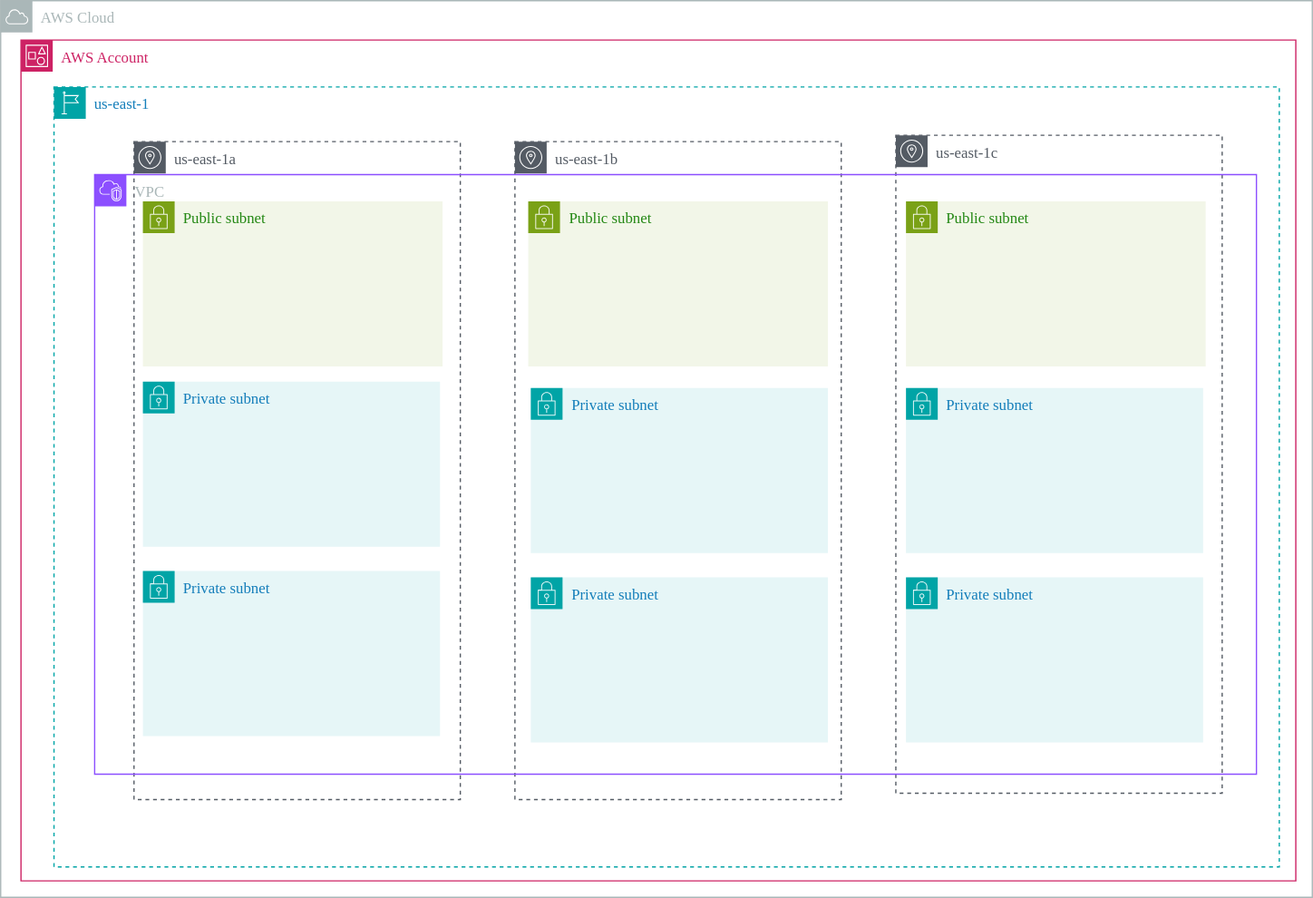
Earlier version of the draw.io export docs/cyber-wizard/Three-Tier-Architecture.svg (prakashkukanoor/Three-Tier-Architecture). Source tidied: cells renumbered, new cells last; positions are measured from the earlier drawing's top-left corner, leaving out a move shared by most shapes.
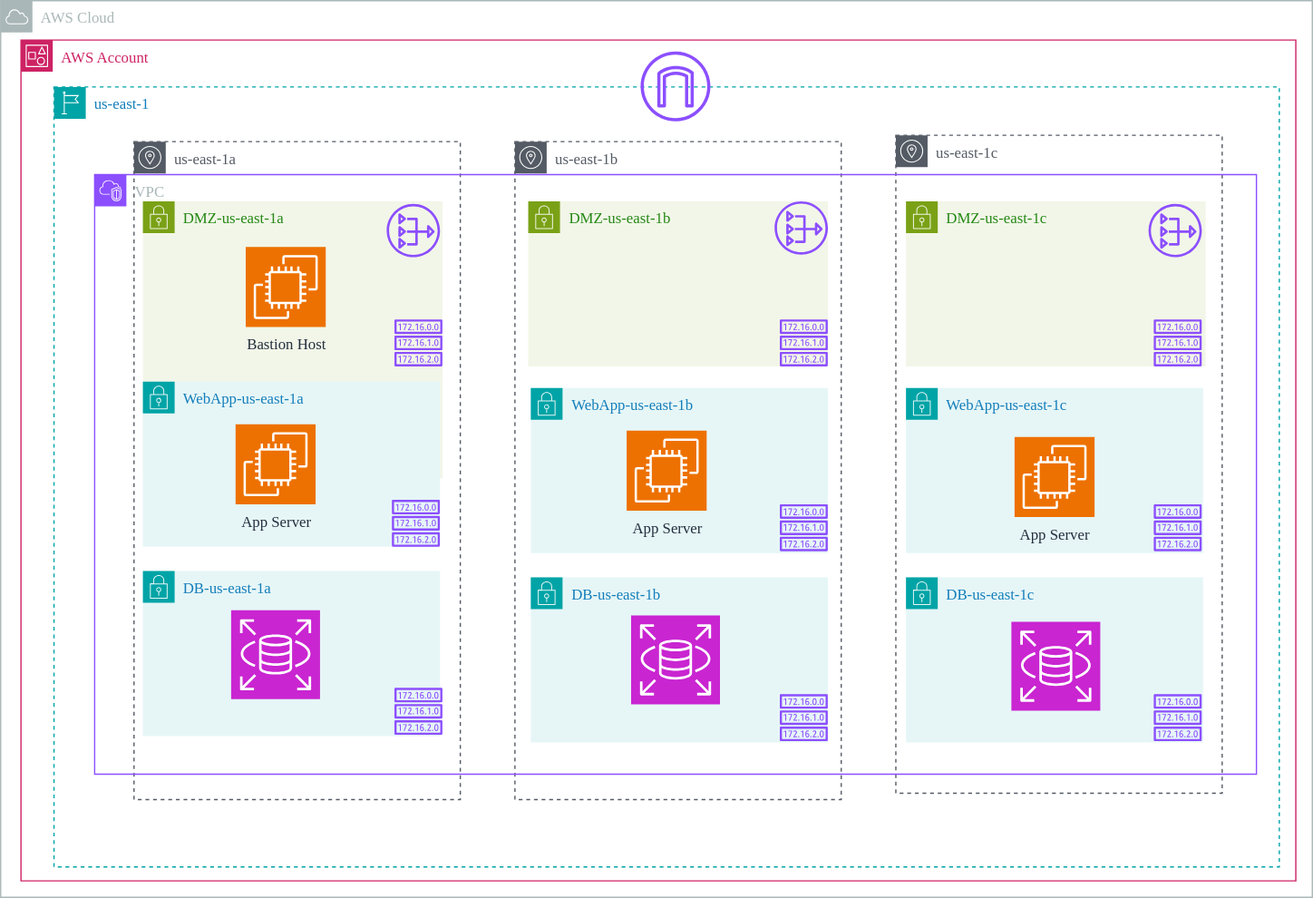
After the change.

What changed in the source:
```diff
@@ -23,32 +23,92 @@
     <mxCell id="8" value="VPC" style="gradientColor=none;html=1;whiteSpace=wrap;fontSize=12;fontStyle=0;shape=mxgraph.aws4.group;grIcon=mxgraph.aws4.group_vpc2;strokeColor=#8C4FFF;fillColor=none;verticalAlign=top;align=left;spacingLeft=30;fontColor=#AAB7B8;dashed=0;fontFamily=Architects Daughter;fontSource=https%3A%2F%2Ffonts.googleapis.com%2Fcss%3Ffamily%3DArchitects%2BDaughter;" parent="4" vertex="1">
       <mxGeometry x="32" y="69" width="915" height="472" as="geometry" />
     </mxCell>
-    <mxCell id="9" value="Public subnet" style="gradientColor=none;html=1;whiteSpace=wrap;fontSize=12;fontStyle=0;shape=mxgraph.aws4.group;grIcon=mxgraph.aws4.group_security_group;grStroke=0;strokeColor=#7AA116;fillColor=#F2F6E8;verticalAlign=top;align=left;spacingLeft=30;fontColor=#248814;dashed=0;fontFamily=Architects Daughter;fontSource=https%3A%2F%2Ffonts.googleapis.com%2Fcss%3Ffamily%3DArchitects%2BDaughter;" parent="8" vertex="1">
+    <mxCell id="9" value="DMZ-us-east-1c" style="gradientColor=none;html=1;whiteSpace=wrap;fontSize=12;fontStyle=0;shape=mxgraph.aws4.group;grIcon=mxgraph.aws4.group_security_group;grStroke=0;strokeColor=#7AA116;fillColor=#F2F6E8;verticalAlign=top;align=left;spacingLeft=30;fontColor=#248814;dashed=0;fontFamily=Architects Daughter;fontSource=https%3A%2F%2Ffonts.googleapis.com%2Fcss%3Ffamily%3DArchitects%2BDaughter;" parent="8" vertex="1">
       <mxGeometry x="639" y="21" width="236" height="130" as="geometry" />
     </mxCell>
-    <mxCell id="10" value="Private subnet" style="gradientColor=none;html=1;whiteSpace=wrap;fontSize=12;fontStyle=0;shape=mxgraph.aws4.group;grIcon=mxgraph.aws4.group_security_group;grStroke=0;strokeColor=#00A4A6;fillColor=#E6F6F7;verticalAlign=top;align=left;spacingLeft=30;fontColor=#147EBA;dashed=0;fontFamily=Architects Daughter;fontSource=https%3A%2F%2Ffonts.googleapis.com%2Fcss%3Ffamily%3DArchitects%2BDaughter;" parent="8" vertex="1">
+    <mxCell id="10" value="WebApp-us-east-1b" style="gradientColor=none;html=1;whiteSpace=wrap;fontSize=12;fontStyle=0;shape=mxgraph.aws4.group;grIcon=mxgraph.aws4.group_security_group;grStroke=0;strokeColor=#00A4A6;fillColor=#E6F6F7;verticalAlign=top;align=left;spacingLeft=30;fontColor=#147EBA;dashed=0;fontFamily=Architects Daughter;fontSource=https%3A%2F%2Ffonts.googleapis.com%2Fcss%3Ffamily%3DArchitects%2BDaughter;" parent="8" vertex="1">
       <mxGeometry x="343.5" y="168" width="234" height="130" as="geometry" />
     </mxCell>
+    <mxCell id="18" value="App Server" style="sketch=0;fontColor=#232F3E;fillColor=#ED7100;strokeColor=#ffffff;dashed=0;verticalLabelPosition=bottom;verticalAlign=top;align=center;html=1;fontSize=12;fontStyle=0;shape=mxgraph.aws4.resourceIcon;resIcon=mxgraph.aws4.ec2;fontFamily=Architects Daughter;fontSource=https%3A%2F%2Ffonts.googleapis.com%2Fcss%3Ffamily%3DArchitects%2BDaughter;" parent="10" vertex="1">
+      <mxGeometry x="75.5" y="33.5" width="63" height="63" as="geometry" />
+    </mxCell>
-    <mxCell id="11" value="Private subnet" style="gradientColor=none;html=1;whiteSpace=wrap;fontSize=12;fontStyle=0;shape=mxgraph.aws4.group;grIcon=mxgraph.aws4.group_security_group;grStroke=0;strokeColor=#00A4A6;fillColor=#E6F6F7;verticalAlign=top;align=left;spacingLeft=30;fontColor=#147EBA;dashed=0;fontFamily=Architects Daughter;fontSource=https%3A%2F%2Ffonts.googleapis.com%2Fcss%3Ffamily%3DArchitects%2BDaughter;" parent="8" vertex="1">
+    <mxCell id="11" value="WebApp-us-east-1c" style="gradientColor=none;html=1;whiteSpace=wrap;fontSize=12;fontStyle=0;shape=mxgraph.aws4.group;grIcon=mxgraph.aws4.group_security_group;grStroke=0;strokeColor=#00A4A6;fillColor=#E6F6F7;verticalAlign=top;align=left;spacingLeft=30;fontColor=#147EBA;dashed=0;fontFamily=Architects Daughter;fontSource=https%3A%2F%2Ffonts.googleapis.com%2Fcss%3Ffamily%3DArchitects%2BDaughter;" parent="8" vertex="1">
       <mxGeometry x="639" y="168" width="234" height="130" as="geometry" />
     </mxCell>
+    <mxCell id="19" value="App Server" style="sketch=0;fontColor=#232F3E;fillColor=#ED7100;strokeColor=#ffffff;dashed=0;verticalLabelPosition=bottom;verticalAlign=top;align=center;html=1;fontSize=12;fontStyle=0;shape=mxgraph.aws4.resourceIcon;resIcon=mxgraph.aws4.ec2;fontFamily=Architects Daughter;fontSource=https%3A%2F%2Ffonts.googleapis.com%2Fcss%3Ffamily%3DArchitects%2BDaughter;" parent="11" vertex="1">
+      <mxGeometry x="85.5" y="38.5" width="63" height="63" as="geometry" />
+    </mxCell>
-    <mxCell id="12" value="Private subnet" style="gradientColor=none;html=1;whiteSpace=wrap;fontSize=12;fontStyle=0;shape=mxgraph.aws4.group;grIcon=mxgraph.aws4.group_security_group;grStroke=0;strokeColor=#00A4A6;fillColor=#E6F6F7;verticalAlign=top;align=left;spacingLeft=30;fontColor=#147EBA;dashed=0;fontFamily=Architects Daughter;fontSource=https%3A%2F%2Ffonts.googleapis.com%2Fcss%3Ffamily%3DArchitects%2BDaughter;" parent="8" vertex="1">
+    <mxCell id="12" value="DB-us-east-1b" style="gradientColor=none;html=1;whiteSpace=wrap;fontSize=12;fontStyle=0;shape=mxgraph.aws4.group;grIcon=mxgraph.aws4.group_security_group;grStroke=0;strokeColor=#00A4A6;fillColor=#E6F6F7;verticalAlign=top;align=left;spacingLeft=30;fontColor=#147EBA;dashed=0;fontFamily=Architects Daughter;fontSource=https%3A%2F%2Ffonts.googleapis.com%2Fcss%3Ffamily%3DArchitects%2BDaughter;" parent="8" vertex="1">
       <mxGeometry x="343.5" y="317" width="234" height="130" as="geometry" />
     </mxCell>
+    <mxCell id="20" style="sketch=0;fontColor=#232F3E;fillColor=#C925D1;strokeColor=#ffffff;dashed=0;verticalLabelPosition=bottom;verticalAlign=top;align=center;html=1;fontSize=12;fontStyle=0;shape=mxgraph.aws4.resourceIcon;resIcon=mxgraph.aws4.rds;fontFamily=Architects Daughter;fontSource=https%3A%2F%2Ffonts.googleapis.com%2Fcss%3Ffamily%3DArchitects%2BDaughter;" parent="12" vertex="1">
+      <mxGeometry x="79" y="30" width="70" height="70" as="geometry" />
+    </mxCell>
-    <mxCell id="13" value="Private subnet" style="gradientColor=none;html=1;whiteSpace=wrap;fontSize=12;fontStyle=0;shape=mxgraph.aws4.group;grIcon=mxgraph.aws4.group_security_group;grStroke=0;strokeColor=#00A4A6;fillColor=#E6F6F7;verticalAlign=top;align=left;spacingLeft=30;fontColor=#147EBA;dashed=0;fontFamily=Architects Daughter;fontSource=https%3A%2F%2Ffonts.googleapis.com%2Fcss%3Ffamily%3DArchitects%2BDaughter;" parent="8" vertex="1">
+    <mxCell id="13" value="DB-us-east-1c" style="gradientColor=none;html=1;whiteSpace=wrap;fontSize=12;fontStyle=0;shape=mxgraph.aws4.group;grIcon=mxgraph.aws4.group_security_group;grStroke=0;strokeColor=#00A4A6;fillColor=#E6F6F7;verticalAlign=top;align=left;spacingLeft=30;fontColor=#147EBA;dashed=0;fontFamily=Architects Daughter;fontSource=https%3A%2F%2Ffonts.googleapis.com%2Fcss%3Ffamily%3DArchitects%2BDaughter;" parent="8" vertex="1">
       <mxGeometry x="639" y="317" width="234" height="130" as="geometry" />
     </mxCell>
+    <mxCell id="21" style="sketch=0;fontColor=#232F3E;fillColor=#C925D1;strokeColor=#ffffff;dashed=0;verticalLabelPosition=bottom;verticalAlign=top;align=center;html=1;fontSize=12;fontStyle=0;shape=mxgraph.aws4.resourceIcon;resIcon=mxgraph.aws4.rds;fontFamily=Architects Daughter;fontSource=https%3A%2F%2Ffonts.googleapis.com%2Fcss%3Ffamily%3DArchitects%2BDaughter;" parent="13" vertex="1">
+      <mxGeometry x="83" y="35" width="70" height="70" as="geometry" />
+    </mxCell>
+    <mxCell id="22" style="sketch=0;fontColor=#232F3E;gradientColor=none;fillColor=#8C4FFF;strokeColor=none;dashed=0;verticalLabelPosition=bottom;verticalAlign=top;align=center;html=1;fontSize=12;fontStyle=0;shape=mxgraph.aws4.route_table;fontFamily=Architects Daughter;fontSource=https%3A%2F%2Ffonts.googleapis.com%2Fcss%3Ffamily%3DArchitects%2BDaughter;" parent="13" vertex="1">
+      <mxGeometry x="195" y="92" width="38" height="37" as="geometry" />
+    </mxCell>
-    <mxCell id="14" value="Private subnet" style="gradientColor=none;html=1;whiteSpace=wrap;fontSize=12;fontStyle=0;shape=mxgraph.aws4.group;grIcon=mxgraph.aws4.group_security_group;grStroke=0;strokeColor=#00A4A6;fillColor=#E6F6F7;verticalAlign=top;align=left;spacingLeft=30;fontColor=#147EBA;dashed=0;fontFamily=Architects Daughter;fontSource=https%3A%2F%2Ffonts.googleapis.com%2Fcss%3Ffamily%3DArchitects%2BDaughter;" parent="8" vertex="1">
+    <mxCell id="14" value="DB-us-east-1a" style="gradientColor=none;html=1;whiteSpace=wrap;fontSize=12;fontStyle=0;shape=mxgraph.aws4.group;grIcon=mxgraph.aws4.group_security_group;grStroke=0;strokeColor=#00A4A6;fillColor=#E6F6F7;verticalAlign=top;align=left;spacingLeft=30;fontColor=#147EBA;dashed=0;fontFamily=Architects Daughter;fontSource=https%3A%2F%2Ffonts.googleapis.com%2Fcss%3Ffamily%3DArchitects%2BDaughter;" parent="8" vertex="1">
       <mxGeometry x="38" y="312" width="234" height="130" as="geometry" />
     </mxCell>
-    <mxCell id="15" value="Public subnet" style="gradientColor=none;html=1;whiteSpace=wrap;fontSize=12;fontStyle=0;shape=mxgraph.aws4.group;grIcon=mxgraph.aws4.group_security_group;grStroke=0;strokeColor=#7AA116;fillColor=#F2F6E8;verticalAlign=top;align=left;spacingLeft=30;fontColor=#248814;dashed=0;fontFamily=Architects Daughter;fontSource=https%3A%2F%2Ffonts.googleapis.com%2Fcss%3Ffamily%3DArchitects%2BDaughter;" parent="4" vertex="1">
-      <mxGeometry x="70" y="90" width="236" height="130" as="geometry" />
+    <mxCell id="15" value="DMZ-us-east-1a" style="gradientColor=none;html=1;whiteSpace=wrap;fontSize=12;fontStyle=0;shape=mxgraph.aws4.group;grIcon=mxgraph.aws4.group_security_group;grStroke=0;strokeColor=#7AA116;fillColor=#F2F6E8;verticalAlign=top;align=left;spacingLeft=30;fontColor=#248814;dashed=0;fontFamily=Architects Daughter;fontSource=https%3A%2F%2Ffonts.googleapis.com%2Fcss%3Ffamily%3DArchitects%2BDaughter;" parent="4" vertex="1">
+      <mxGeometry x="70" y="90" width="236" height="218" as="geometry" />
     </mxCell>
-    <mxCell id="16" value="Public subnet" style="gradientColor=none;html=1;whiteSpace=wrap;fontSize=12;fontStyle=0;shape=mxgraph.aws4.group;grIcon=mxgraph.aws4.group_security_group;grStroke=0;strokeColor=#7AA116;fillColor=#F2F6E8;verticalAlign=top;align=left;spacingLeft=30;fontColor=#248814;dashed=0;fontFamily=Architects Daughter;fontSource=https%3A%2F%2Ffonts.googleapis.com%2Fcss%3Ffamily%3DArchitects%2BDaughter;" parent="4" vertex="1">
+    <mxCell id="16" value="DMZ-us-east-1b" style="gradientColor=none;html=1;whiteSpace=wrap;fontSize=12;fontStyle=0;shape=mxgraph.aws4.group;grIcon=mxgraph.aws4.group_security_group;grStroke=0;strokeColor=#7AA116;fillColor=#F2F6E8;verticalAlign=top;align=left;spacingLeft=30;fontColor=#248814;dashed=0;fontFamily=Architects Daughter;fontSource=https%3A%2F%2Ffonts.googleapis.com%2Fcss%3Ffamily%3DArchitects%2BDaughter;" parent="4" vertex="1">
       <mxGeometry x="373.5" y="90" width="236" height="130" as="geometry" />
     </mxCell>
-    <mxCell id="17" value="Private subnet" style="gradientColor=none;html=1;whiteSpace=wrap;fontSize=12;fontStyle=0;shape=mxgraph.aws4.group;grIcon=mxgraph.aws4.group_security_group;grStroke=0;strokeColor=#00A4A6;fillColor=#E6F6F7;verticalAlign=top;align=left;spacingLeft=30;fontColor=#147EBA;dashed=0;fontFamily=Architects Daughter;fontSource=https%3A%2F%2Ffonts.googleapis.com%2Fcss%3Ffamily%3DArchitects%2BDaughter;" parent="4" vertex="1">
+    <mxCell id="17" value="WebApp-us-east-1a" style="gradientColor=none;html=1;whiteSpace=wrap;fontSize=12;fontStyle=0;shape=mxgraph.aws4.group;grIcon=mxgraph.aws4.group_security_group;grStroke=0;strokeColor=#00A4A6;fillColor=#E6F6F7;verticalAlign=top;align=left;spacingLeft=30;fontColor=#147EBA;dashed=0;fontFamily=Architects Daughter;fontSource=https%3A%2F%2Ffonts.googleapis.com%2Fcss%3Ffamily%3DArchitects%2BDaughter;" parent="4" vertex="1">
       <mxGeometry x="70" y="232" width="234" height="130" as="geometry" />
     </mxCell>
+    <mxCell id="23" value="Bastion Host" style="sketch=0;fontColor=#232F3E;fillColor=#ED7100;strokeColor=#ffffff;dashed=0;verticalLabelPosition=bottom;verticalAlign=top;align=center;html=1;fontSize=12;fontStyle=0;shape=mxgraph.aws4.resourceIcon;resIcon=mxgraph.aws4.ec2;fontFamily=Architects Daughter;fontSource=https%3A%2F%2Ffonts.googleapis.com%2Fcss%3Ffamily%3DArchitects%2BDaughter;" parent="4" vertex="1">
+      <mxGeometry x="151" y="126" width="63" height="63" as="geometry" />
+    </mxCell>
+    <mxCell id="24" value="App Server" style="sketch=0;fontColor=#232F3E;fillColor=#ED7100;strokeColor=#ffffff;dashed=0;verticalLabelPosition=bottom;verticalAlign=top;align=center;html=1;fontSize=12;fontStyle=0;shape=mxgraph.aws4.resourceIcon;resIcon=mxgraph.aws4.ec2;fontFamily=Architects Daughter;fontSource=https%3A%2F%2Ffonts.googleapis.com%2Fcss%3Ffamily%3DArchitects%2BDaughter;" parent="4" vertex="1">
+      <mxGeometry x="143" y="265.5" width="63" height="63" as="geometry" />
+    </mxCell>
+    <mxCell id="25" style="sketch=0;fontColor=#232F3E;fillColor=#C925D1;strokeColor=#ffffff;dashed=0;verticalLabelPosition=bottom;verticalAlign=top;align=center;html=1;fontSize=12;fontStyle=0;shape=mxgraph.aws4.resourceIcon;resIcon=mxgraph.aws4.rds;fontFamily=Architects Daughter;fontSource=https%3A%2F%2Ffonts.googleapis.com%2Fcss%3Ffamily%3DArchitects%2BDaughter;" parent="4" vertex="1">
+      <mxGeometry x="139.5" y="412" width="70" height="70" as="geometry" />
+    </mxCell>
+    <mxCell id="26" style="sketch=0;fontColor=#232F3E;gradientColor=none;fillColor=#8C4FFF;strokeColor=none;dashed=0;verticalLabelPosition=bottom;verticalAlign=top;align=center;html=1;fontSize=12;fontStyle=0;shape=mxgraph.aws4.internet_gateway;fontFamily=Architects Daughter;fontSource=https%3A%2F%2Ffonts.googleapis.com%2Fcss%3Ffamily%3DArchitects%2BDaughter;" parent="4" vertex="1">
+      <mxGeometry x="462" y="-28" width="55" height="55" as="geometry" />
+    </mxCell>
+    <mxCell id="27" style="sketch=0;fontColor=#232F3E;gradientColor=none;fillColor=#8C4FFF;strokeColor=none;dashed=0;verticalLabelPosition=bottom;verticalAlign=top;align=center;html=1;fontSize=12;fontStyle=0;shape=mxgraph.aws4.nat_gateway;fontFamily=Architects Daughter;fontSource=https%3A%2F%2Ffonts.googleapis.com%2Fcss%3Ffamily%3DArchitects%2BDaughter;" parent="4" vertex="1">
+      <mxGeometry x="862" y="92" width="42" height="42" as="geometry" />
+    </mxCell>
+    <mxCell id="28" style="sketch=0;fontColor=#232F3E;gradientColor=none;fillColor=#8C4FFF;strokeColor=none;dashed=0;verticalLabelPosition=bottom;verticalAlign=top;align=center;html=1;fontSize=12;fontStyle=0;shape=mxgraph.aws4.nat_gateway;fontFamily=Architects Daughter;fontSource=https%3A%2F%2Ffonts.googleapis.com%2Fcss%3Ffamily%3DArchitects%2BDaughter;" parent="4" vertex="1">
+      <mxGeometry x="567.5" y="90" width="42" height="42" as="geometry" />
+    </mxCell>
+    <mxCell id="29" style="sketch=0;fontColor=#232F3E;gradientColor=none;fillColor=#8C4FFF;strokeColor=none;dashed=0;verticalLabelPosition=bottom;verticalAlign=top;align=center;html=1;fontSize=12;fontStyle=0;shape=mxgraph.aws4.nat_gateway;fontFamily=Architects Daughter;fontSource=https%3A%2F%2Ffonts.googleapis.com%2Fcss%3Ffamily%3DArchitects%2BDaughter;" parent="4" vertex="1">
+      <mxGeometry x="262" y="92" width="42" height="42" as="geometry" />
+    </mxCell>
+    <mxCell id="30" style="sketch=0;fontColor=#232F3E;gradientColor=none;fillColor=#8C4FFF;strokeColor=none;dashed=0;verticalLabelPosition=bottom;verticalAlign=top;align=center;html=1;fontSize=12;fontStyle=0;shape=mxgraph.aws4.route_table;fontFamily=Architects Daughter;fontSource=https%3A%2F%2Ffonts.googleapis.com%2Fcss%3Ffamily%3DArchitects%2BDaughter;" parent="4" vertex="1">
+      <mxGeometry x="268" y="183" width="38" height="37" as="geometry" />
+    </mxCell>
+    <mxCell id="31" style="sketch=0;fontColor=#232F3E;gradientColor=none;fillColor=#8C4FFF;strokeColor=none;dashed=0;verticalLabelPosition=bottom;verticalAlign=top;align=center;html=1;fontSize=12;fontStyle=0;shape=mxgraph.aws4.route_table;fontFamily=Architects Daughter;fontSource=https%3A%2F%2Ffonts.googleapis.com%2Fcss%3Ffamily%3DArchitects%2BDaughter;" parent="4" vertex="1">
+      <mxGeometry x="266" y="325" width="38" height="37" as="geometry" />
+    </mxCell>
+    <mxCell id="32" style="sketch=0;fontColor=#232F3E;gradientColor=none;fillColor=#8C4FFF;strokeColor=none;dashed=0;verticalLabelPosition=bottom;verticalAlign=top;align=center;html=1;fontSize=12;fontStyle=0;shape=mxgraph.aws4.route_table;fontFamily=Architects Daughter;fontSource=https%3A%2F%2Ffonts.googleapis.com%2Fcss%3Ffamily%3DArchitects%2BDaughter;" parent="4" vertex="1">
+      <mxGeometry x="268" y="473" width="38" height="37" as="geometry" />
+    </mxCell>
+    <mxCell id="33" style="sketch=0;fontColor=#232F3E;gradientColor=none;fillColor=#8C4FFF;strokeColor=none;dashed=0;verticalLabelPosition=bottom;verticalAlign=top;align=center;html=1;fontSize=12;fontStyle=0;shape=mxgraph.aws4.route_table;fontFamily=Architects Daughter;fontSource=https%3A%2F%2Ffonts.googleapis.com%2Fcss%3Ffamily%3DArchitects%2BDaughter;" parent="4" vertex="1">
+      <mxGeometry x="571.5" y="183" width="38" height="37" as="geometry" />
+    </mxCell>
+    <mxCell id="34" style="sketch=0;fontColor=#232F3E;gradientColor=none;fillColor=#8C4FFF;strokeColor=none;dashed=0;verticalLabelPosition=bottom;verticalAlign=top;align=center;html=1;fontSize=12;fontStyle=0;shape=mxgraph.aws4.route_table;fontFamily=Architects Daughter;fontSource=https%3A%2F%2Ffonts.googleapis.com%2Fcss%3Ffamily%3DArchitects%2BDaughter;" parent="4" vertex="1">
+      <mxGeometry x="866" y="183" width="38" height="37" as="geometry" />
+    </mxCell>
+    <mxCell id="35" style="sketch=0;fontColor=#232F3E;gradientColor=none;fillColor=#8C4FFF;strokeColor=none;dashed=0;verticalLabelPosition=bottom;verticalAlign=top;align=center;html=1;fontSize=12;fontStyle=0;shape=mxgraph.aws4.route_table;fontFamily=Architects Daughter;fontSource=https%3A%2F%2Ffonts.googleapis.com%2Fcss%3Ffamily%3DArchitects%2BDaughter;" parent="4" vertex="1">
+      <mxGeometry x="866" y="328.5" width="38" height="37" as="geometry" />
+    </mxCell>
+    <mxCell id="36" style="sketch=0;fontColor=#232F3E;gradientColor=none;fillColor=#8C4FFF;strokeColor=none;dashed=0;verticalLabelPosition=bottom;verticalAlign=top;align=center;html=1;fontSize=12;fontStyle=0;shape=mxgraph.aws4.route_table;fontFamily=Architects Daughter;fontSource=https%3A%2F%2Ffonts.googleapis.com%2Fcss%3Ffamily%3DArchitects%2BDaughter;" parent="4" vertex="1">
+      <mxGeometry x="571.5" y="328.5" width="38" height="37" as="geometry" />
+    </mxCell>
+    <mxCell id="37" style="sketch=0;fontColor=#232F3E;gradientColor=none;fillColor=#8C4FFF;strokeColor=none;dashed=0;verticalLabelPosition=bottom;verticalAlign=top;align=center;html=1;fontSize=12;fontStyle=0;shape=mxgraph.aws4.route_table;fontFamily=Architects Daughter;fontSource=https%3A%2F%2Ffonts.googleapis.com%2Fcss%3Ffamily%3DArchitects%2BDaughter;" parent="4" vertex="1">
+      <mxGeometry x="571.5" y="478" width="38" height="37" as="geometry" />
+    </mxCell>
   </root>
 </mxGraphModel>
```
